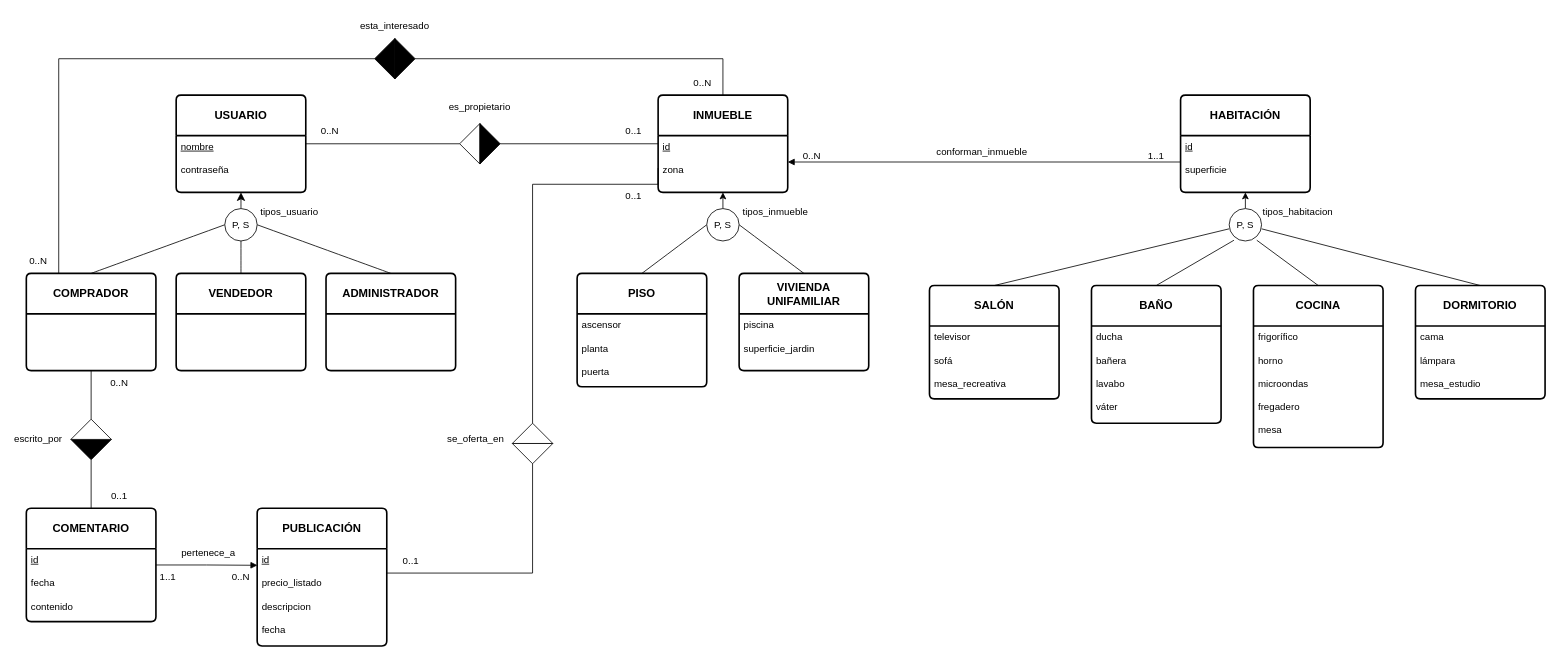
Earlier version of the draw.io diagram docs/modelos_datos/entidad_relacion.drawio (PobladoRestringido/prog2-25-B2). Source tidied: cells renumbered, new cells numbered last; positions are measured from the earlier drawing's top-left corner, leaving out a move shared by most shapes. Both pictures are drawn from the tidied source at 81%, with x=0, y=0 at pixel (14, 14).
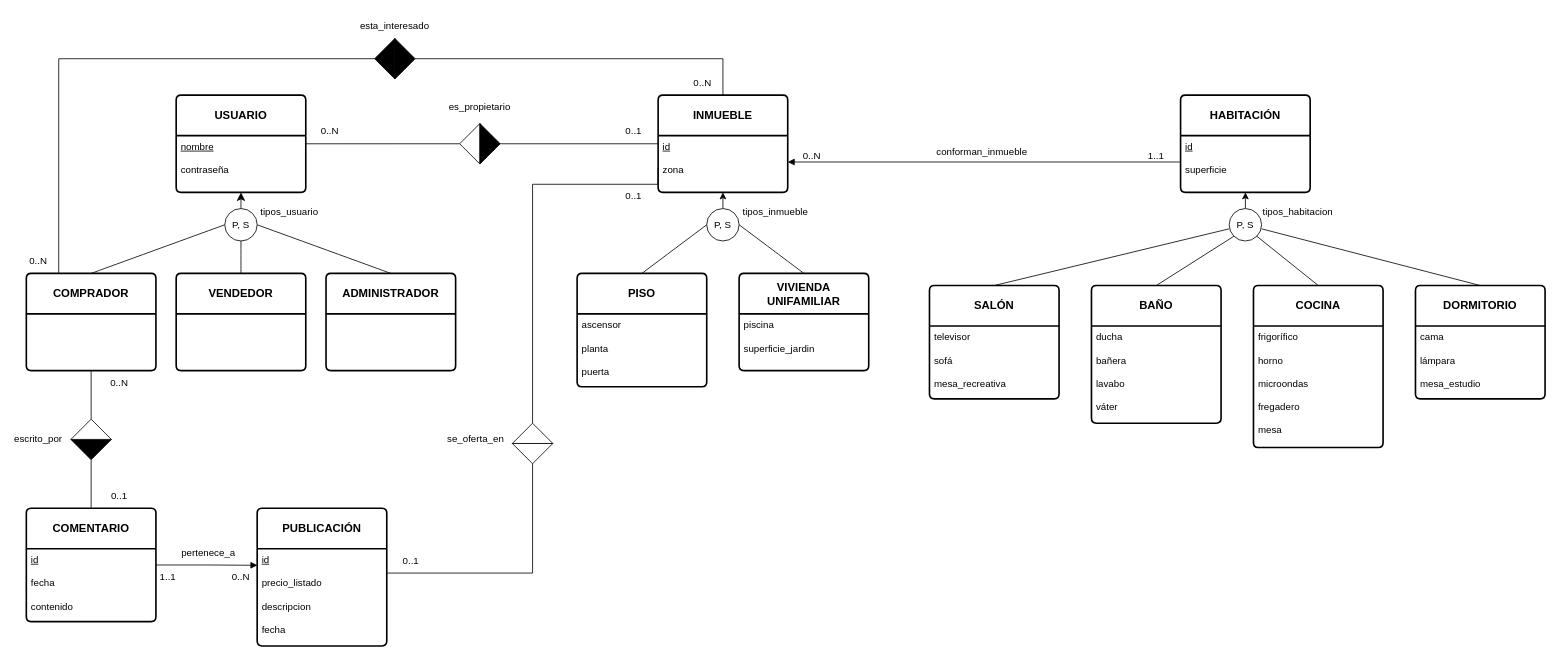
The same page after the edit.

The change refers to these unchanged cells:
```xml
<mxCell id="29" value="P, S" style="ellipse;whiteSpace=wrap;html=1;" parent="1" vertex="1">
  <mxGeometry x="1500" y="240" width="40" height="40" as="geometry" />
</mxCell>
<mxCell id="35" value="&lt;b&gt;BAÑO&lt;/b&gt;" style="swimlane;horizontal=1;startSize=50;rounded=1;fontSize=14;fontStyle=0;strokeWidth=2;shadow=0;dashed=0;align=center;arcSize=4;whiteSpace=wrap;html=1;" parent="1" vertex="1">
  <mxGeometry x="1330" y="335" width="160" height="170" as="geometry" />
</mxCell>
<mxCell id="38" value="&lt;b&gt;COCINA&lt;/b&gt;" style="swimlane;horizontal=1;startSize=50;rounded=1;fontSize=14;fontStyle=0;strokeWidth=2;shadow=0;dashed=0;align=center;arcSize=4;whiteSpace=wrap;html=1;" parent="1" vertex="1">
  <mxGeometry x="1530" y="335" width="160" height="200" as="geometry" />
</mxCell>
```

Diff of the diagram source:
```diff
@@
-    <mxCell id="34" style="rounded=0;jettySize=auto;html=1;exitX=0.5;exitY=0;exitDx=0;exitDy=0;entryX=0;entryY=1;entryDx=0;entryDy=0;endArrow=none;startFill=0;" parent="1" edge="1" source="35">
-      <mxGeometry relative="1" as="geometry">
-        <mxPoint x="1505.9" y="279.1" as="targetPoint" />
-      </mxGeometry>
+    <mxCell id="34" style="rounded=0;jettySize=auto;html=1;exitX=0.5;exitY=0;exitDx=0;exitDy=0;entryX=0;entryY=1;entryDx=0;entryDy=0;endArrow=none;startFill=0;" parent="1" edge="1" source="35" target="29">
+      <mxGeometry relative="1" as="geometry" />
     </mxCell>
@@
-    <mxCell id="37" style="rounded=0;jettySize=auto;html=1;exitX=0.5;exitY=0;exitDx=0;exitDy=0;entryX=1;entryY=1;entryDx=0;entryDy=0;endArrow=none;startFill=0;" parent="1" edge="1" source="38">
-      <mxGeometry relative="1" as="geometry">
-        <mxPoint x="1534.1" y="279.1" as="targetPoint" />
-      </mxGeometry>
+    <mxCell id="37" style="rounded=0;jettySize=auto;html=1;exitX=0.5;exitY=0;exitDx=0;exitDy=0;entryX=1;entryY=1;entryDx=0;entryDy=0;endArrow=none;startFill=0;" parent="1" edge="1" source="38" target="29">
+      <mxGeometry relative="1" as="geometry" />
     </mxCell>
```
